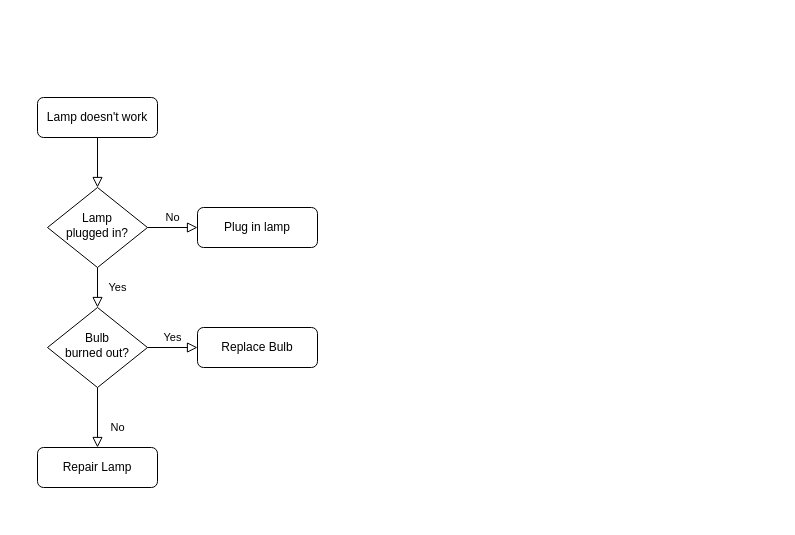
Earlier version of the draw.io diagram Untitled Diagram.drawio (averyfreeman/AD-Backups). Source tidied: cells renumbered, new cells numbered last; positions are measured from the earlier drawing's top-left corner, leaving out a move shared by most shapes. Both pictures are drawn from the tidied source at 100%, with x=0, y=0 at pixel (37, 97).
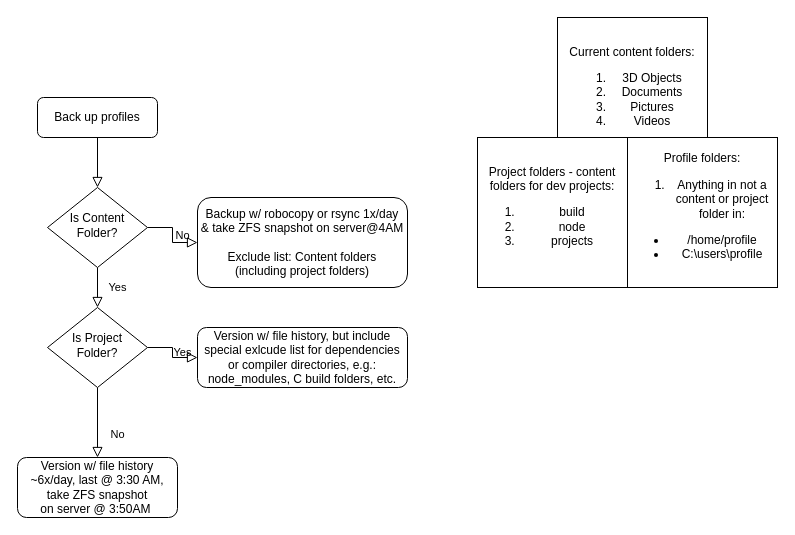
The same diagram, later.

Change to the diagram source:
```diff
@@
 <mxGraphModel>
   <root>
     <mxCell id="0" />
     <mxCell id="1" parent="0" />
     <mxCell id="2" style="rounded=0;html=1;jettySize=auto;fontSize=11;endArrow=block;endFill=0;endSize=8;strokeWidth=1;shadow=0;labelBackgroundColor=none;edgeStyle=orthogonalEdgeStyle;" parent="1" edge="1" source="3" target="6">
       <mxGeometry relative="1" as="geometry" />
     </mxCell>
-    <mxCell id="3" value="Lamp doesn't work" style="rounded=1;whiteSpace=wrap;html=1;fontSize=12;glass=0;strokeWidth=1;shadow=0;" parent="1" vertex="1">
+    <mxCell id="3" value="Back up profiles" style="rounded=1;whiteSpace=wrap;html=1;fontSize=12;glass=0;strokeWidth=1;shadow=0;" parent="1" vertex="1">
       <mxGeometry width="120" height="40" as="geometry" />
     </mxCell>
     <mxCell id="4" value="Yes" style="rounded=0;html=1;jettySize=auto;fontSize=11;endArrow=block;endFill=0;endSize=8;strokeWidth=1;shadow=0;labelBackgroundColor=none;edgeStyle=orthogonalEdgeStyle;" parent="1" edge="1" source="6" target="10">
       <mxGeometry y="20" relative="1" as="geometry" />
     </mxCell>
     <mxCell id="5" value="No" style="edgeStyle=orthogonalEdgeStyle;rounded=0;html=1;jettySize=auto;fontSize=11;endArrow=block;endFill=0;endSize=8;strokeWidth=1;shadow=0;labelBackgroundColor=none;" parent="1" edge="1" source="6" target="7">
       <mxGeometry y="10" relative="1" as="geometry" />
     </mxCell>
-    <mxCell id="6" value="Lamp&lt;br&gt;plugged in?" style="rhombus;whiteSpace=wrap;html=1;shadow=0;fontFamily=Helvetica;fontSize=12;align=center;strokeWidth=1;spacing=6;spacingTop=-4;" parent="1" vertex="1">
+    <mxCell id="6" value="Is Content Folder?" style="rhombus;whiteSpace=wrap;html=1;shadow=0;fontFamily=Helvetica;fontSize=12;align=center;strokeWidth=1;spacing=6;spacingTop=-4;" parent="1" vertex="1">
       <mxGeometry x="10" y="90" width="100" height="80" as="geometry" />
     </mxCell>
-    <mxCell id="7" value="Plug in lamp" style="rounded=1;whiteSpace=wrap;html=1;fontSize=12;glass=0;strokeWidth=1;shadow=0;" parent="1" vertex="1">
-      <mxGeometry x="160" y="110" width="120" height="40" as="geometry" />
+    <mxCell id="7" value="Backup w/ robocopy or rsync 1x/day &lt;br&gt;&amp;amp; take ZFS snapshot on server@4AM&lt;br&gt;&lt;br&gt;Exclude list: Content folders&lt;br&gt;(including project folders)" style="rounded=1;whiteSpace=wrap;html=1;fontSize=12;glass=0;strokeWidth=1;shadow=0;" parent="1" vertex="1">
+      <mxGeometry x="160" y="100" width="210" height="90" as="geometry" />
     </mxCell>
     <mxCell id="8" value="No" style="rounded=0;html=1;jettySize=auto;fontSize=11;endArrow=block;endFill=0;endSize=8;strokeWidth=1;shadow=0;labelBackgroundColor=none;edgeStyle=orthogonalEdgeStyle;" parent="1" edge="1" source="10" target="11">
       <mxGeometry x="0.33" y="20" relative="1" as="geometry" />
     </mxCell>
     <mxCell id="9" value="Yes" style="edgeStyle=orthogonalEdgeStyle;rounded=0;html=1;jettySize=auto;fontSize=11;endArrow=block;endFill=0;endSize=8;strokeWidth=1;shadow=0;labelBackgroundColor=none;" parent="1" edge="1" source="10" target="12">
       <mxGeometry y="10" relative="1" as="geometry" />
     </mxCell>
-    <mxCell id="10" value="Bulb&lt;br&gt;burned out?" style="rhombus;whiteSpace=wrap;html=1;shadow=0;fontFamily=Helvetica;fontSize=12;align=center;strokeWidth=1;spacing=6;spacingTop=-4;" parent="1" vertex="1">
+    <mxCell id="10" value="Is Project Folder?" style="rhombus;whiteSpace=wrap;html=1;shadow=0;fontFamily=Helvetica;fontSize=12;align=center;strokeWidth=1;spacing=6;spacingTop=-4;" parent="1" vertex="1">
       <mxGeometry x="10" y="210" width="100" height="80" as="geometry" />
     </mxCell>
-    <mxCell id="11" value="Repair Lamp" style="rounded=1;whiteSpace=wrap;html=1;fontSize=12;glass=0;strokeWidth=1;shadow=0;" parent="1" vertex="1">
-      <mxGeometry y="350" width="120" height="40" as="geometry" />
+    <mxCell id="11" value="Version w/ file history ~6x/day, last @ 3:30 AM, take ZFS snapshot &lt;br&gt;on server @ 3:50AM&amp;nbsp;" style="rounded=1;whiteSpace=wrap;html=1;fontSize=12;glass=0;strokeWidth=1;shadow=0;" parent="1" vertex="1">
+      <mxGeometry x="-20" y="360" width="160" height="60" as="geometry" />
     </mxCell>
-    <mxCell id="12" value="Replace Bulb" style="rounded=1;whiteSpace=wrap;html=1;fontSize=12;glass=0;strokeWidth=1;shadow=0;" parent="1" vertex="1">
-      <mxGeometry x="160" y="230" width="120" height="40" as="geometry" />
+    <mxCell id="12" value="Version w/ file history, but include special exlcude list for dependencies or compiler directories, e.g.: node_modules, C build folders, etc." style="rounded=1;whiteSpace=wrap;html=1;fontSize=12;glass=0;strokeWidth=1;shadow=0;" parent="1" vertex="1">
+      <mxGeometry x="160" y="230" width="210" height="60" as="geometry" />
     </mxCell>
+    <mxCell id="13" value="Current content folders:&lt;br&gt;&lt;ol&gt;&lt;li&gt;3D Objects&lt;/li&gt;&lt;li&gt;Documents&lt;/li&gt;&lt;li&gt;Pictures&lt;/li&gt;&lt;li&gt;Videos&lt;/li&gt;&lt;/ol&gt;" style="whiteSpace=wrap;html=1;" parent="1" vertex="1">
+      <mxGeometry x="520" y="-80" width="150" height="150" as="geometry" />
+    </mxCell>
+    <mxCell id="14" value="Profile folders:&lt;br&gt;&lt;ol&gt;&lt;li&gt;Anything in not a content or project folder in:&lt;/li&gt;&lt;/ol&gt;&lt;ul&gt;&lt;li&gt;/home/profile&lt;/li&gt;&lt;li&gt;C:\users\profile&lt;/li&gt;&lt;/ul&gt;" style="whiteSpace=wrap;html=1;" parent="1" vertex="1">
+      <mxGeometry x="590" y="40" width="150" height="150" as="geometry" />
+    </mxCell>
+    <mxCell id="15" value="Project folders - content folders for dev projects:&lt;br&gt;&lt;ol&gt;&lt;li&gt;build&lt;/li&gt;&lt;li&gt;node&lt;/li&gt;&lt;li&gt;projects&lt;/li&gt;&lt;/ol&gt;" style="whiteSpace=wrap;html=1;" parent="1" vertex="1">
+      <mxGeometry x="440" y="40" width="150" height="150" as="geometry" />
+    </mxCell>
   </root>
 </mxGraphModel>
```
